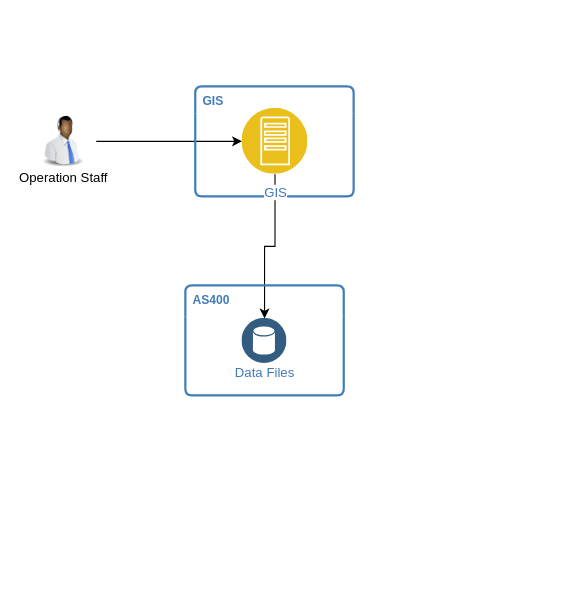
Earlier version of the draw.io diagram GIS.drawio (whalebig27/change-request-process-diagram). Source tidied: cells renumbered, new cells numbered last; positions are measured from the earlier drawing's top-left corner, leaving out a move shared by most shapes. Both pictures are drawn from the tidied source at 110%, with x=0, y=0 at pixel (30, 86).
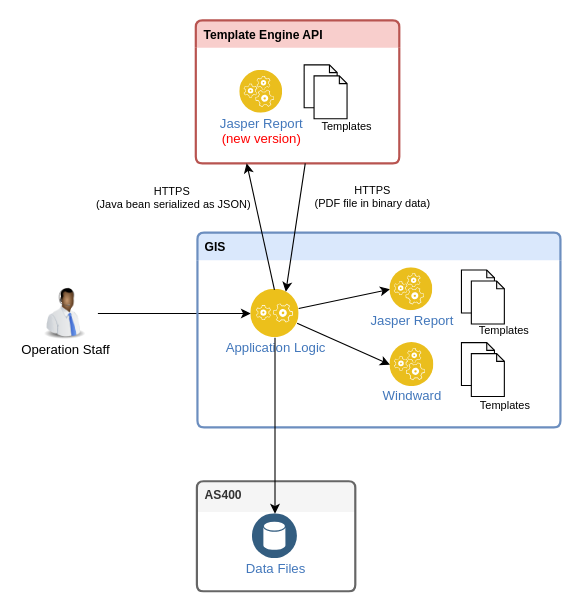
The same page after the edit.

Change to the diagram source:
```diff
@@
-    <mxCell id="2" style="edgeStyle=orthogonalEdgeStyle;rounded=0;jettySize=auto;html=1;entryX=0.5;entryY=0;entryDx=0;entryDy=0;" parent="1" edge="1" source="8" target="4">
-      <mxGeometry relative="1" as="geometry" />
-    </mxCell>
-    <mxCell id="3" value="&lt;b style=&quot;font-size: 11px&quot;&gt;&lt;font style=&quot;font-size: 11px&quot;&gt;AS400&amp;nbsp;&lt;/font&gt;&lt;/b&gt;" style="swimlane;fontStyle=0;horizontal=1;startSize=28;swimlaneLine=0;swimlaneFillColor=none;fillColor=none;rounded=1;whiteSpace=wrap;html=1;absoluteArcSize=1;arcSize=12;strokeColor=#417CB9;fontColor=#417CB9;verticalAlign=top;align=left;spacingLeft=5;dashed=0;strokeWidth=2;shadow=0;fontSize=11;" parent="1" vertex="1">
-      <mxGeometry x="141" y="181" width="144" height="100" as="geometry" />
+    <mxCell id="3" value="&lt;b style=&quot;font-size: 11px&quot;&gt;&lt;font style=&quot;font-size: 11px&quot;&gt;AS400&amp;nbsp;&lt;/font&gt;&lt;/b&gt;" style="swimlane;fontStyle=0;horizontal=1;startSize=28;swimlaneLine=0;swimlaneFillColor=none;fillColor=#f5f5f5;rounded=1;whiteSpace=wrap;html=1;absoluteArcSize=1;arcSize=12;strokeColor=#666666;fontColor=#333333;verticalAlign=top;align=left;spacingLeft=5;dashed=0;strokeWidth=2;shadow=0;fontSize=11;" parent="1" vertex="1">
+      <mxGeometry x="151.5" y="359" width="144" height="100" as="geometry" />
     </mxCell>
     <mxCell id="4" value="Data Files" style="perimeter=ellipsePerimeter;html=1;align=center;shadow=0;dashed=0;fontColor=#4277BB;labelBackgroundColor=#ffffff;fontSize=12;spacingTop=-5;image;image=img/lib/ibm/data/data_services.svg;strokeColor=#0000CC;strokeWidth=1;" parent="3" vertex="1">
-      <mxGeometry x="51.5" y="30" width="41" height="41" as="geometry" />
+      <mxGeometry x="50.5" y="29.5" width="41" height="41" as="geometry" />
     </mxCell>
-    <mxCell id="5" style="edgeStyle=orthogonalEdgeStyle;rounded=0;jettySize=auto;html=1;" parent="1" edge="1" source="6" target="8">
+    <mxCell id="5" style="edgeStyle=orthogonalEdgeStyle;rounded=0;jettySize=auto;html=1;entryX=0;entryY=0.5;entryDx=0;entryDy=0;" parent="1" edge="1" source="6" target="10">
       <mxGeometry relative="1" as="geometry" />
     </mxCell>
     <mxCell id="6" value="Operation Staff" style="image;html=1;labelBackgroundColor=#ffffff;image=img/lib/clip_art/people/Telesales_Man_Black_128x128.png;spacingTop=-5;" parent="1" vertex="1">
-      <mxGeometry y="26" width="60" height="48" as="geometry" />
+      <mxGeometry x="1.5" y="182.5" width="60" height="48" as="geometry" />
     </mxCell>
-    <mxCell id="7" value="&lt;b style=&quot;font-size: 11px&quot;&gt;&lt;font style=&quot;font-size: 11px&quot;&gt;GIS&lt;/font&gt;&lt;/b&gt;" style="swimlane;fontStyle=0;horizontal=1;startSize=25;swimlaneLine=0;swimlaneFillColor=none;fillColor=none;rounded=1;whiteSpace=wrap;html=1;absoluteArcSize=1;arcSize=12;strokeColor=#417CB9;fontColor=#417CB9;verticalAlign=top;align=left;spacingLeft=5;dashed=0;strokeWidth=2;shadow=0;fontSize=11;" parent="1" vertex="1">
-      <mxGeometry x="150" width="144" height="100" as="geometry" />
+    <mxCell id="7" value="&lt;b style=&quot;font-size: 11px&quot;&gt;&lt;font style=&quot;font-size: 11px&quot;&gt;GIS&lt;/font&gt;&lt;/b&gt;" style="swimlane;fontStyle=0;horizontal=1;startSize=25;swimlaneLine=0;swimlaneFillColor=none;fillColor=#dae8fc;rounded=1;whiteSpace=wrap;html=1;absoluteArcSize=1;arcSize=12;strokeColor=#6c8ebf;verticalAlign=top;align=left;spacingLeft=5;dashed=0;strokeWidth=2;shadow=0;fontSize=11;" parent="1" vertex="1">
+      <mxGeometry x="152" y="133" width="330" height="177" as="geometry" />
     </mxCell>
-    <mxCell id="8" value="GIS" style="perimeter=ellipsePerimeter;html=1;align=center;shadow=0;dashed=0;fontColor=#4277BB;labelBackgroundColor=#ffffff;fontSize=12;spacingTop=3;image;image=img/lib/ibm/applications/app_server.svg;" parent="7" vertex="1">
-      <mxGeometry x="42.5" y="20" width="60" height="60" as="geometry" />
-    </mxCell>
+    <mxCell id="9" style="rounded=0;jettySize=auto;html=1;entryX=0;entryY=0.5;entryDx=0;entryDy=0;fontSize=10;" parent="7" edge="1" source="10" target="12">
+      <mxGeometry relative="1" as="geometry" />
+    </mxCell>
+    <mxCell id="10" value="Application Logic" style="perimeter=ellipsePerimeter;html=1;align=center;shadow=0;dashed=0;fontColor=#4277BB;labelBackgroundColor=#ffffff;fontSize=12;spacingTop=-5;image;image=img/lib/ibm/applications/application_logic.svg;" parent="7" vertex="1">
+      <mxGeometry x="48.5" y="51.5" width="44" height="44" as="geometry" />
+    </mxCell>
+    <mxCell id="11" value="Windward" style="perimeter=ellipsePerimeter;html=1;align=center;shadow=0;dashed=0;fontColor=#4277BB;labelBackgroundColor=#ffffff;fontSize=12;spacingTop=-5;image;image=img/lib/ibm/applications/runtime_services.svg;" parent="7" vertex="1">
+      <mxGeometry x="175" y="100" width="40" height="40" as="geometry" />
+    </mxCell>
+    <mxCell id="12" value="Jasper Report" style="perimeter=ellipsePerimeter;html=1;align=center;shadow=0;dashed=0;fontColor=#4277BB;labelBackgroundColor=#ffffff;fontSize=12;spacingTop=-5;image;image=img/lib/ibm/applications/runtime_services.svg;" parent="7" vertex="1">
+      <mxGeometry x="175" y="32" width="39" height="39" as="geometry" />
+    </mxCell>
+    <mxCell id="13" style="group;" parent="7" vertex="1">
+      <mxGeometry x="240" y="34" width="39" height="49" as="geometry" />
+    </mxCell>
+    <mxCell id="14" style="shape=note;whiteSpace=wrap;html=1;backgroundOutline=1;darkOpacity=0.05;shadow=0;size=7;fontSize=10;" parent="13" vertex="1">
+      <mxGeometry width="30" height="39" as="geometry" />
+    </mxCell>
+    <mxCell id="15" style="shape=note;whiteSpace=wrap;html=1;backgroundOutline=1;darkOpacity=0.05;shadow=0;size=7;fontSize=10;" parent="13" vertex="1">
+      <mxGeometry x="9" y="10" width="30" height="39" as="geometry" />
+    </mxCell>
+    <mxCell id="16" style="group;" parent="7" vertex="1">
+      <mxGeometry x="240" y="100" width="39" height="49" as="geometry" />
+    </mxCell>
+    <mxCell id="17" style="shape=note;whiteSpace=wrap;html=1;backgroundOutline=1;darkOpacity=0.05;shadow=0;size=7;fontSize=10;" parent="16" vertex="1">
+      <mxGeometry width="30" height="39" as="geometry" />
+    </mxCell>
+    <mxCell id="18" style="shape=note;whiteSpace=wrap;html=1;backgroundOutline=1;darkOpacity=0.05;shadow=0;size=7;fontSize=10;" parent="16" vertex="1">
+      <mxGeometry x="9" y="10" width="30" height="39" as="geometry" />
+    </mxCell>
+    <mxCell id="19" value="Templates" style="text;html=1;strokeColor=none;fillColor=none;align=center;verticalAlign=middle;whiteSpace=wrap;rounded=0;shadow=0;fontSize=10;" parent="7" vertex="1">
+      <mxGeometry x="259" y="79" width="40" height="20" as="geometry" />
+    </mxCell>
+    <mxCell id="20" value="Templates" style="text;html=1;strokeColor=none;fillColor=none;align=center;verticalAlign=middle;whiteSpace=wrap;rounded=0;shadow=0;fontSize=10;" parent="7" vertex="1">
+      <mxGeometry x="260" y="147" width="40" height="20" as="geometry" />
+    </mxCell>
+    <mxCell id="21" style="rounded=0;jettySize=auto;html=1;entryX=0;entryY=0.5;entryDx=0;entryDy=0;fontSize=10;" parent="7" edge="1" source="10" target="11">
+      <mxGeometry relative="1" as="geometry" />
+    </mxCell>
+    <mxCell id="2" style="edgeStyle=orthogonalEdgeStyle;rounded=0;jettySize=auto;html=1;entryX=0.5;entryY=0;entryDx=0;entryDy=0;" parent="1" edge="1" source="10" target="4">
+      <mxGeometry relative="1" as="geometry" />
+    </mxCell>
+    <mxCell id="22" value="&lt;b&gt;Template Engine API&lt;/b&gt;" style="swimlane;fontStyle=0;horizontal=1;startSize=25;swimlaneLine=0;swimlaneFillColor=none;fillColor=#f8cecc;rounded=1;whiteSpace=wrap;html=1;absoluteArcSize=1;arcSize=12;strokeColor=#b85450;verticalAlign=top;align=left;spacingLeft=5;dashed=0;strokeWidth=2;shadow=0;fontSize=11;" parent="1" vertex="1">
+      <mxGeometry x="150.5" y="-60" width="185" height="130" as="geometry" />
+    </mxCell>
+    <mxCell id="23" value="Jasper Report&lt;font color=&quot;#ff0000&quot;&gt;&lt;br&gt;(new version)&lt;/font&gt;&lt;br&gt;" style="perimeter=ellipsePerimeter;html=1;align=center;shadow=0;dashed=0;fontColor=#4277BB;labelBackgroundColor=#ffffff;fontSize=12;spacingTop=-5;image;image=img/lib/ibm/applications/runtime_services.svg;" parent="22" vertex="1">
+      <mxGeometry x="40" y="45.5" width="39" height="39" as="geometry" />
+    </mxCell>
+    <mxCell id="24" style="group;" parent="22" vertex="1">
+      <mxGeometry x="98.5" y="40.5" width="39" height="49" as="geometry" />
+    </mxCell>
+    <mxCell id="25" style="shape=note;whiteSpace=wrap;html=1;backgroundOutline=1;darkOpacity=0.05;shadow=0;size=7;fontSize=10;" parent="24" vertex="1">
+      <mxGeometry width="30" height="39" as="geometry" />
+    </mxCell>
+    <mxCell id="26" style="shape=note;whiteSpace=wrap;html=1;backgroundOutline=1;darkOpacity=0.05;shadow=0;size=7;fontSize=10;" parent="24" vertex="1">
+      <mxGeometry x="9" y="10" width="30" height="39" as="geometry" />
+    </mxCell>
+    <mxCell id="27" value="Templates" style="text;html=1;strokeColor=none;fillColor=none;align=center;verticalAlign=middle;whiteSpace=wrap;rounded=0;shadow=0;fontSize=10;" parent="22" vertex="1">
+      <mxGeometry x="117.5" y="85.5" width="40" height="20" as="geometry" />
+    </mxCell>
+    <mxCell id="28" style="edgeStyle=none;rounded=0;jettySize=auto;html=1;fontSize=10;entryX=0.25;entryY=1;entryDx=0;entryDy=0;" parent="1" edge="1" target="22">
+      <mxGeometry relative="1" as="geometry">
+        <mxPoint x="222" y="185" as="sourcePoint" />
+      </mxGeometry>
+    </mxCell>
+    <mxCell id="29" value="HTTPS&amp;nbsp;&lt;br&gt;(Java bean serialized as JSON)" style="text;html=1;align=center;verticalAlign=middle;labelBackgroundColor=#ffffff;fontSize=10;" parent="28" vertex="1">
+      <mxGeometry x="0.39" y="-1" relative="1" as="geometry">
+        <mxPoint x="-75.5" y="-4.5" as="offset" />
+      </mxGeometry>
+    </mxCell>
+    <mxCell id="30" style="edgeStyle=none;rounded=0;jettySize=auto;html=1;fontSize=10;entryX=0.75;entryY=0;entryDx=0;entryDy=0;" parent="1" edge="1" target="10">
+      <mxGeometry relative="1" as="geometry">
+        <mxPoint x="250" y="70" as="sourcePoint" />
+      </mxGeometry>
+    </mxCell>
+    <mxCell id="31" value="HTTPS&lt;br&gt;(PDF file in binary data)&lt;br&gt;" style="text;html=1;align=center;verticalAlign=middle;labelBackgroundColor=#ffffff;fontSize=10;" parent="30" vertex="1">
+      <mxGeometry x="0.39" y="-1" relative="1" as="geometry">
+        <mxPoint x="73.5" y="-51" as="offset" />
+      </mxGeometry>
+    </mxCell>
```
